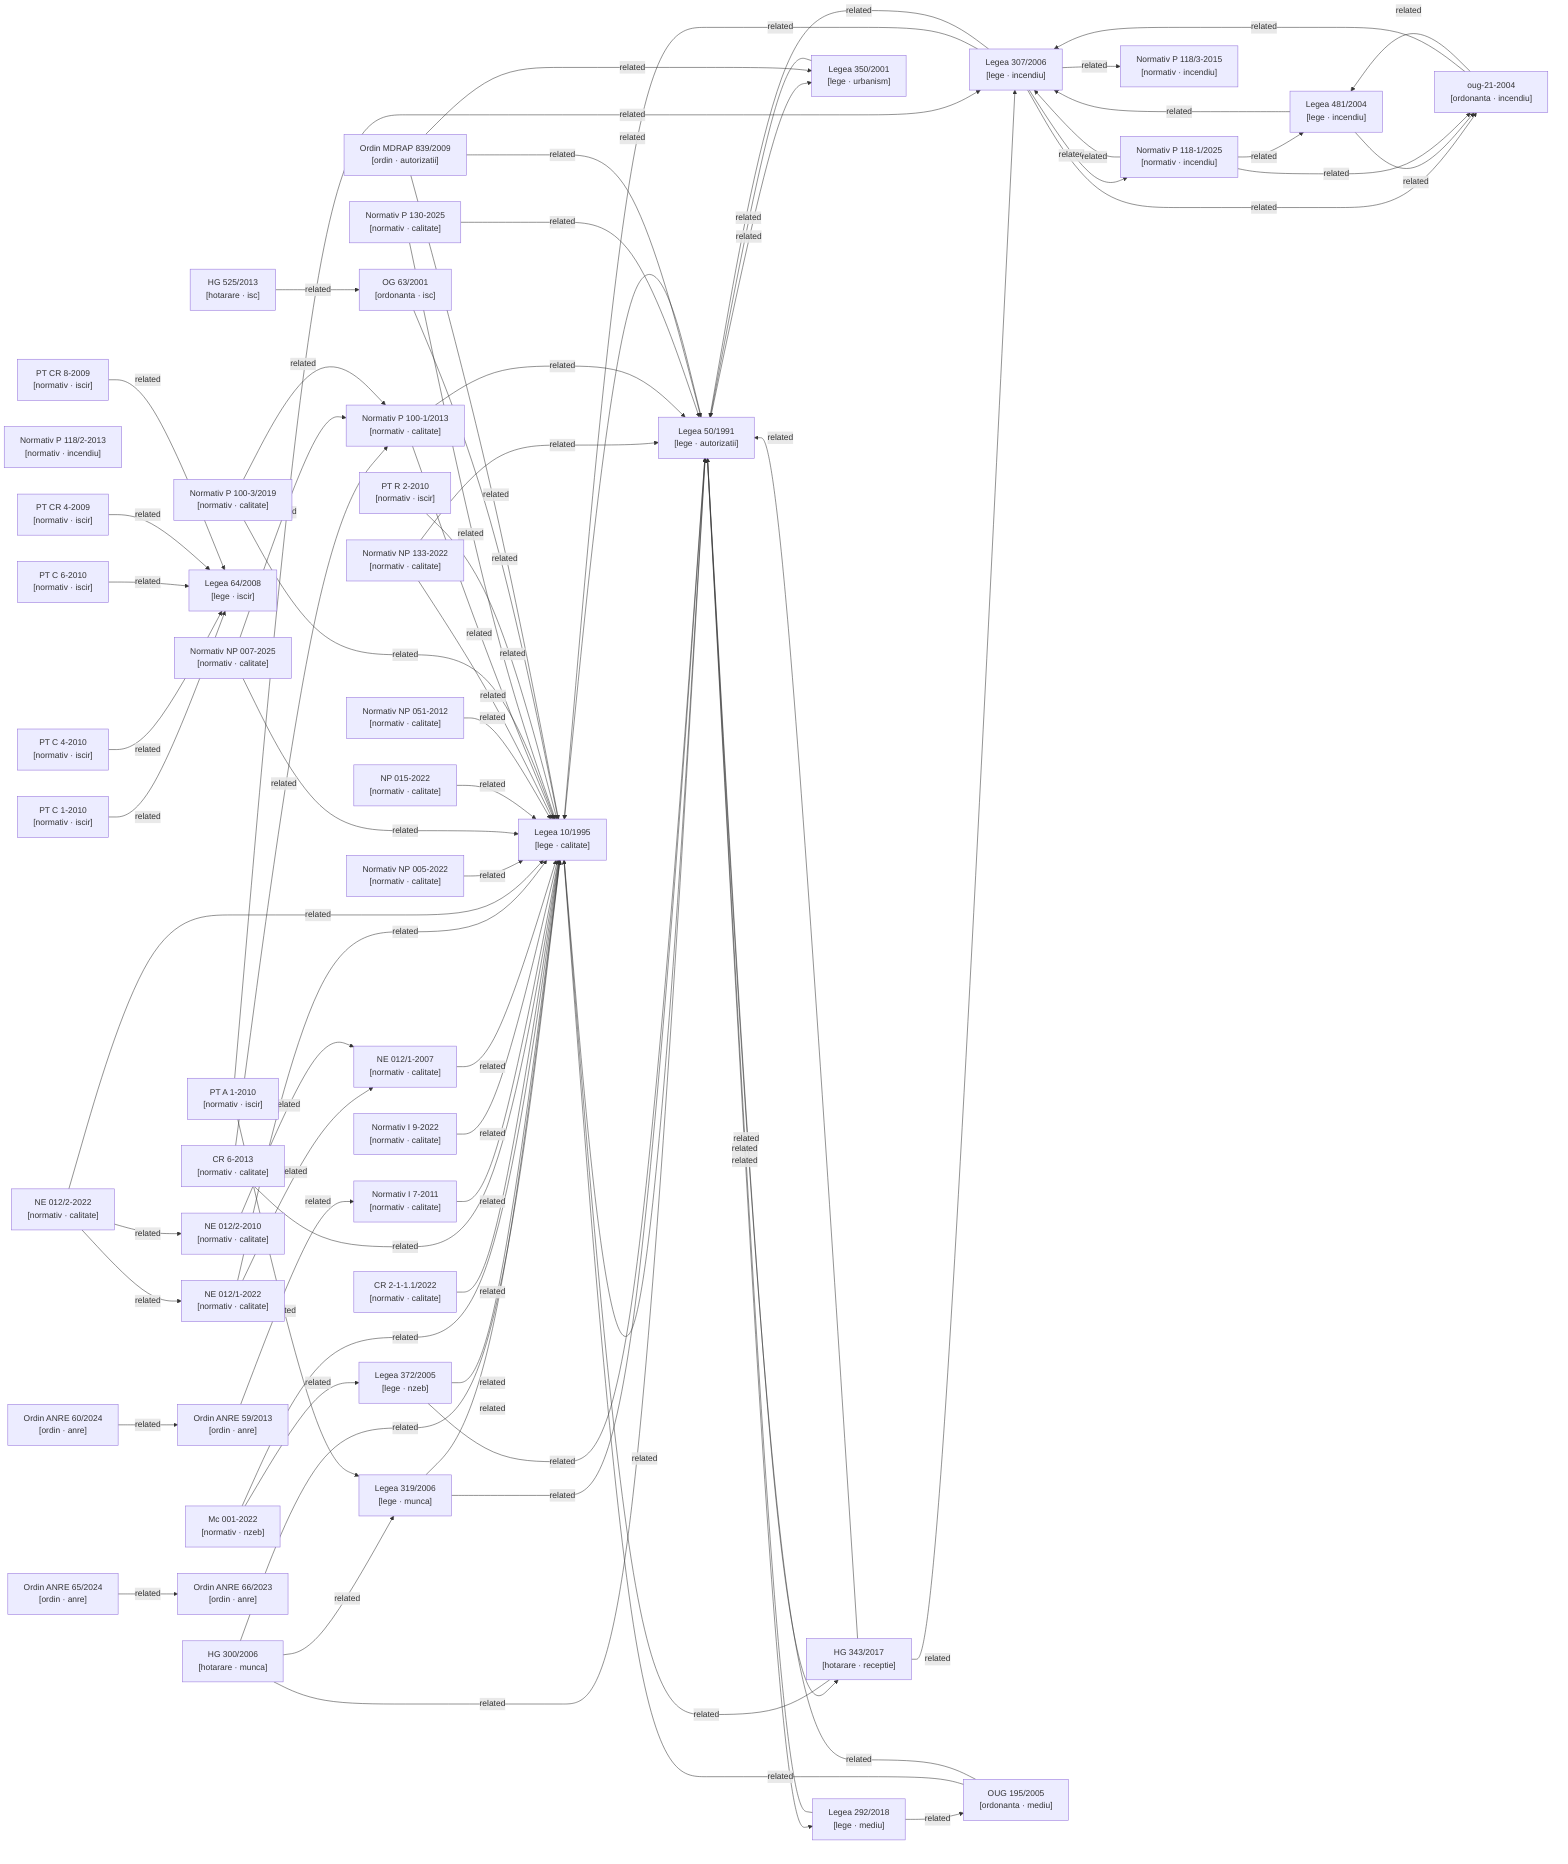
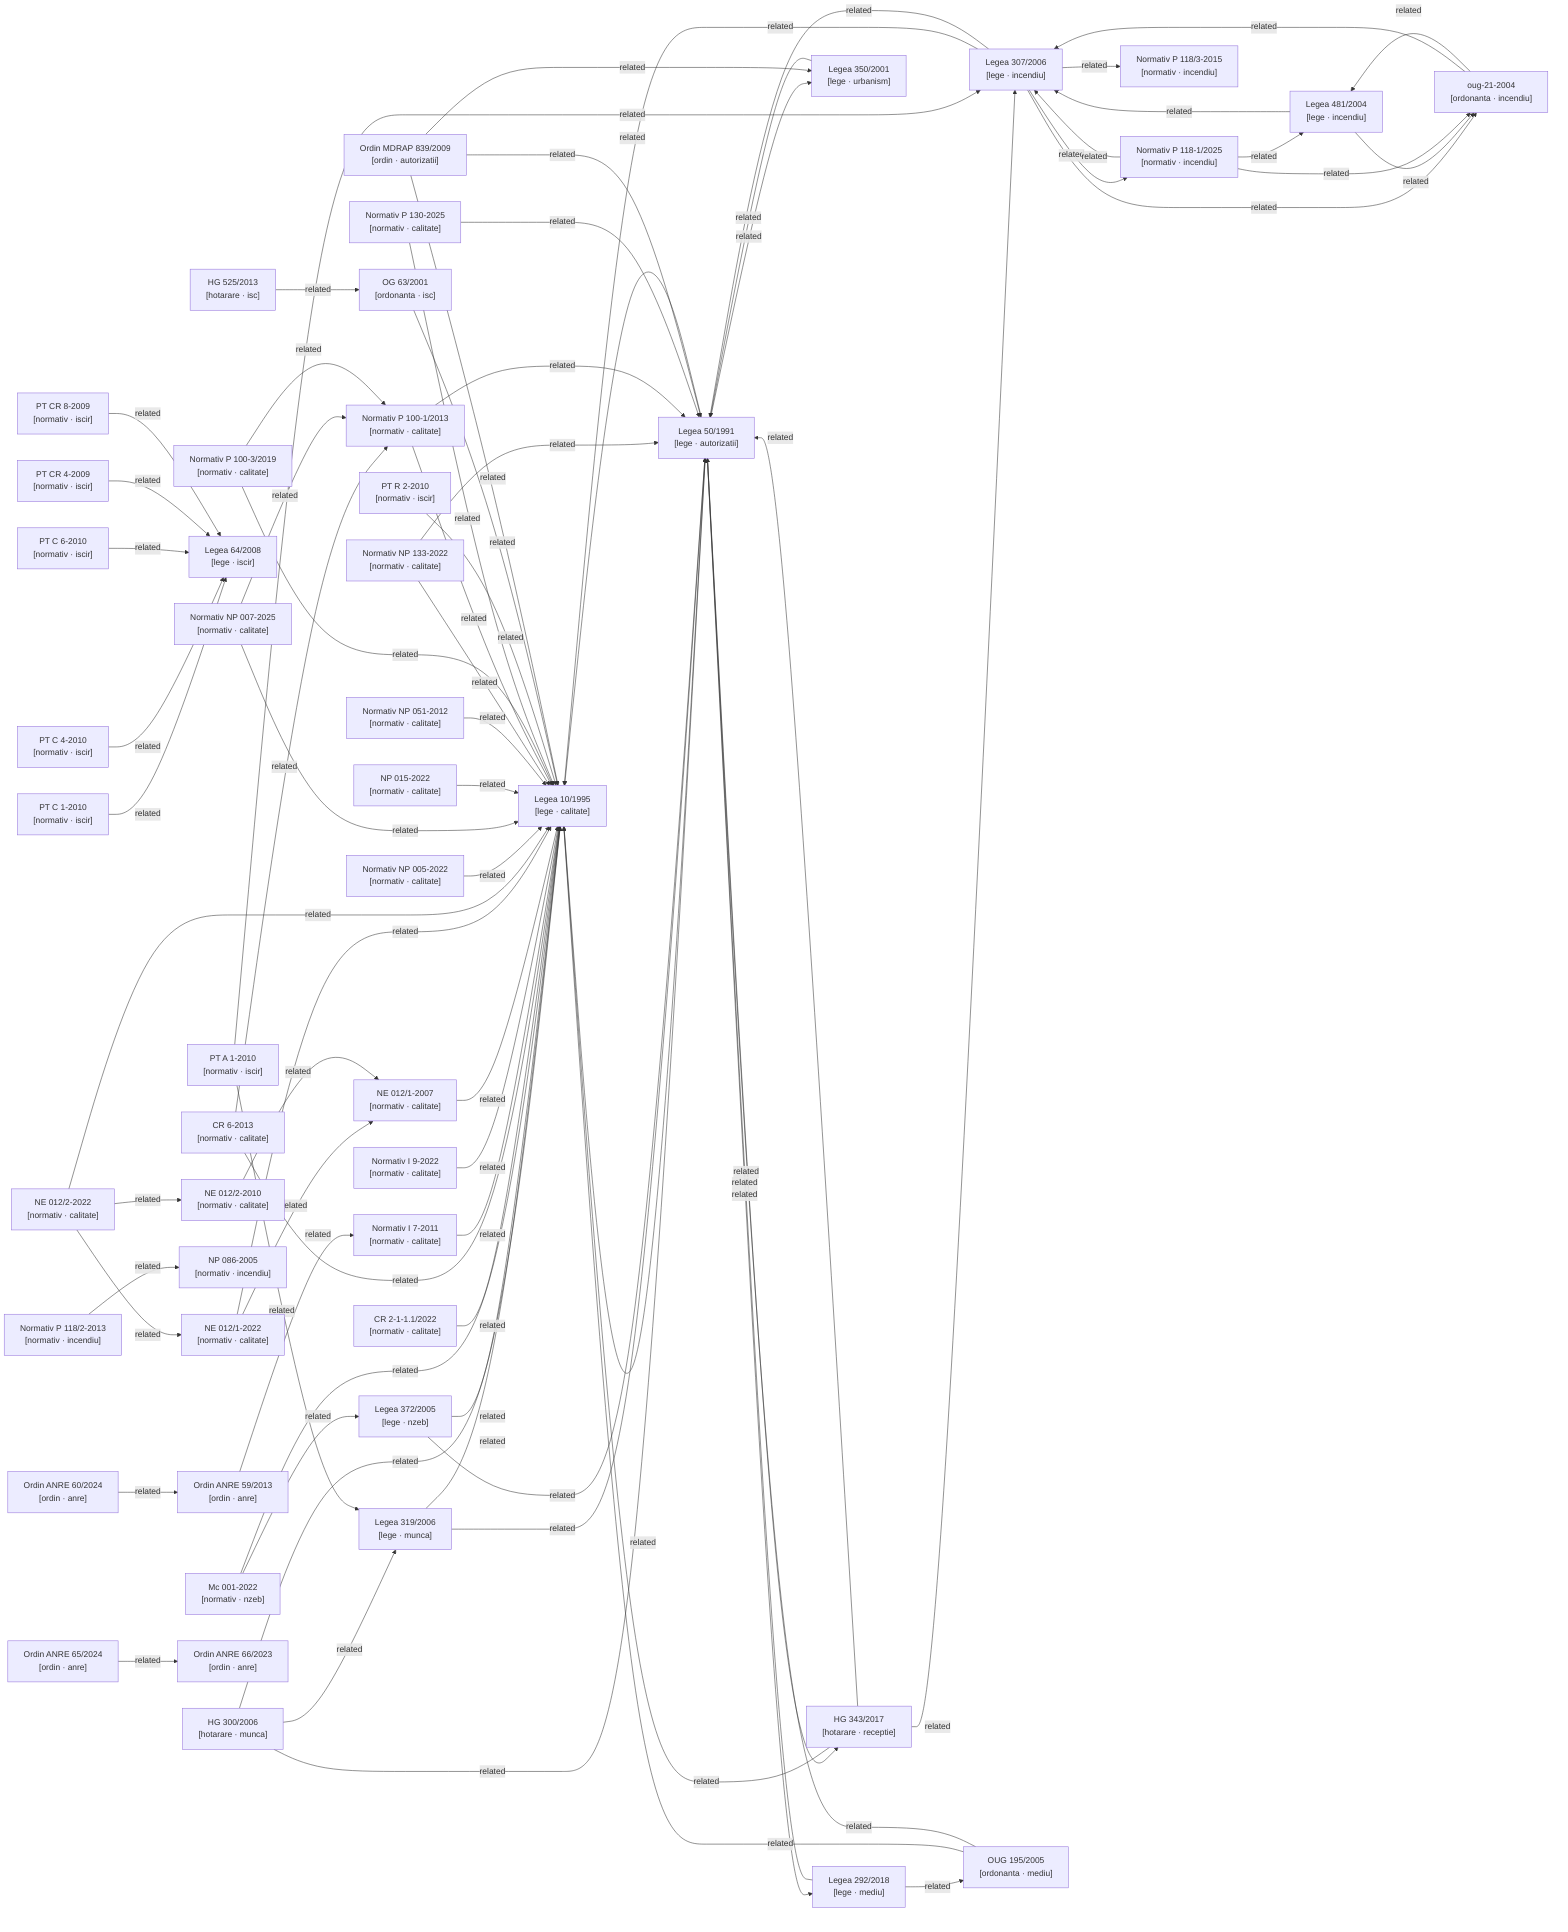
graph LR

  %% Nodes
  hg-300-2006["HG 300/2006\n[hotarare · munca]"]
  hg-343-2017["HG 343/2017\n[hotarare · receptie]"]
  hg-525-2013["HG 525/2013\n[hotarare · isc]"]
  lege-10-1995["Legea 10/1995\n[lege · calitate]"]
  lege-292-2018["Legea 292/2018\n[lege · mediu]"]
  lege-307-2006["Legea 307/2006\n[lege · incendiu]"]
  lege-319-2006["Legea 319/2006\n[lege · munca]"]
  lege-350-2001["Legea 350/2001\n[lege · urbanism]"]
  lege-372-2005["Legea 372/2005\n[lege · nzeb]"]
  lege-481-2004["Legea 481/2004\n[lege · incendiu]"]
  lege-50-1991["Legea 50/1991\n[lege · autorizatii]"]
  lege-64-2008["Legea 64/2008\n[lege · iscir]"]
  metodologie-mc001-2022["Mc 001-2022\n[normativ · nzeb]"]
  normativ-cr2-1-1-1-2022["CR 2-1-1.1/2022\n[normativ · calitate]"]
  normativ-cr6-2013["CR 6-2013\n[normativ · calitate]"]
  normativ-i7-2011["Normativ I 7-2011\n[normativ · calitate]"]
  normativ-i9-2022["Normativ I 9-2022\n[normativ · calitate]"]
  normativ-ne012-1-2007["NE 012/1-2007\n[normativ · calitate]"]
  normativ-ne012-1-2022["NE 012/1-2022\n[normativ · calitate]"]
  normativ-ne012-2-2010["NE 012/2-2010\n[normativ · calitate]"]
  normativ-ne012-2-2022["NE 012/2-2022\n[normativ · calitate]"]
  normativ-np005-2022["Normativ NP 005-2022\n[normativ · calitate]"]
  normativ-np007-2025["Normativ NP 007-2025\n[normativ · calitate]"]
  normativ-np015-2022["NP 015-2022\n[normativ · calitate]"]
  normativ-np051-2012["Normativ NP 051-2012\n[normativ · calitate]"]
+   normativ-np086-2005["NP 086-2005\n[normativ · incendiu]"]
  normativ-np133-2022["Normativ NP 133-2022\n[normativ · calitate]"]
  normativ-p100-1-2013["Normativ P 100-1/2013\n[normativ · calitate]"]
  normativ-p100-3-2019["Normativ P 100-3/2019\n[normativ · calitate]"]
  normativ-p118-1-2025["Normativ P 118-1/2025\n[normativ · incendiu]"]
  normativ-p118-2-2013["Normativ P 118/2-2013\n[normativ · incendiu]"]
  normativ-p118-3-2015["Normativ P 118/3-2015\n[normativ · incendiu]"]
  normativ-p130-2025["Normativ P 130-2025\n[normativ · calitate]"]
  normativ-pt-a1-2010["PT A 1-2010\n[normativ · iscir]"]
  normativ-pt-c1-2010["PT C 1-2010\n[normativ · iscir]"]
  normativ-pt-c4-2010["PT C 4-2010\n[normativ · iscir]"]
  normativ-pt-c6-2010["PT C 6-2010\n[normativ · iscir]"]
  normativ-pt-cr4-2009["PT CR 4-2009\n[normativ · iscir]"]
  normativ-pt-cr8-2009["PT CR 8-2009\n[normativ · iscir]"]
  normativ-pt-r2-2010["PT R 2-2010\n[normativ · iscir]"]
  og-63-2001["OG 63/2001\n[ordonanta · isc]"]
  ordin-839-2009["Ordin MDRAP 839/2009\n[ordin · autorizatii]"]
  ordin-anre-59-2013["Ordin ANRE 59/2013\n[ordin · anre]"]
  ordin-anre-60-2024["Ordin ANRE 60/2024\n[ordin · anre]"]
  ordin-anre-65-2024["Ordin ANRE 65/2024\n[ordin · anre]"]
  ordin-anre-66-2023["Ordin ANRE 66/2023\n[ordin · anre]"]
  oug-195-2005["OUG 195/2005\n[ordonanta · mediu]"]
  oug-21-2004["oug-21-2004\n[ordonanta · incendiu]"]

  %% Confirmed relationships (from metadata related_acts)
  hg-300-2006 -->|related| lege-10-1995
  hg-300-2006 -->|related| lege-319-2006
  hg-300-2006 -->|related| lege-50-1991
  hg-343-2017 -->|related| lege-10-1995
  hg-343-2017 -->|related| lege-307-2006
  hg-343-2017 -->|related| lege-50-1991
  hg-525-2013 -->|related| og-63-2001
  lege-10-1995 -->|related| lege-50-1991
  lege-292-2018 -->|related| lege-50-1991
  lege-292-2018 -->|related| oug-195-2005
  lege-307-2006 -->|related| lege-10-1995
  lege-307-2006 -->|related| lege-50-1991
  lege-307-2006 -->|related| normativ-p118-1-2025
  lege-307-2006 -->|related| normativ-p118-3-2015
  lege-307-2006 -->|related| oug-21-2004
  lege-319-2006 -->|related| lege-10-1995
  lege-319-2006 -->|related| lege-50-1991
  lege-350-2001 -->|related| lege-50-1991
  lege-372-2005 -->|related| lege-10-1995
  lege-372-2005 -->|related| lege-50-1991
  lege-481-2004 -->|related| lege-307-2006
  lege-481-2004 -->|related| oug-21-2004
  lege-50-1991 -->|related| hg-343-2017
  lege-50-1991 -->|related| lege-10-1995
  lege-50-1991 -->|related| lege-292-2018
  lege-50-1991 -->|related| lege-350-2001
  metodologie-mc001-2022 -->|related| lege-10-1995
  metodologie-mc001-2022 -->|related| lege-372-2005
  normativ-cr2-1-1-1-2022 -->|related| lege-10-1995
  normativ-cr6-2013 -->|related| lege-10-1995
  normativ-cr6-2013 -->|related| normativ-p100-1-2013
  normativ-i7-2011 -->|related| lege-10-1995
  normativ-i9-2022 -->|related| lege-10-1995
  normativ-ne012-1-2007 -->|related| lege-10-1995
  normativ-ne012-1-2022 -->|related| lege-10-1995
  normativ-ne012-1-2022 -->|related| normativ-ne012-1-2007
  normativ-ne012-2-2010 -->|related| normativ-ne012-1-2007
  normativ-ne012-2-2022 -->|related| lege-10-1995
  normativ-ne012-2-2022 -->|related| normativ-ne012-1-2022
  normativ-ne012-2-2022 -->|related| normativ-ne012-2-2010
  normativ-np005-2022 -->|related| lege-10-1995
  normativ-np007-2025 -->|related| lege-10-1995
  normativ-np007-2025 -->|related| normativ-p100-1-2013
  normativ-np015-2022 -->|related| lege-10-1995
  normativ-np051-2012 -->|related| lege-10-1995
  normativ-np133-2022 -->|related| lege-10-1995
  normativ-np133-2022 -->|related| lege-50-1991
  normativ-p100-1-2013 -->|related| lege-10-1995
  normativ-p100-1-2013 -->|related| lege-50-1991
  normativ-p100-3-2019 -->|related| lege-10-1995
  normativ-p100-3-2019 -->|related| normativ-p100-1-2013
  normativ-p118-1-2025 -->|related| lege-307-2006
  normativ-p118-1-2025 -->|related| lege-481-2004
  normativ-p118-1-2025 -->|related| oug-21-2004
+   normativ-p118-2-2013 -->|related| normativ-np086-2005
  normativ-p130-2025 -->|related| lege-10-1995
  normativ-p130-2025 -->|related| lege-50-1991
  normativ-pt-a1-2010 -->|related| lege-307-2006
  normativ-pt-a1-2010 -->|related| lege-319-2006
  normativ-pt-c1-2010 -->|related| lege-64-2008
  normativ-pt-c4-2010 -->|related| lege-64-2008
  normativ-pt-c6-2010 -->|related| lege-64-2008
  normativ-pt-cr4-2009 -->|related| lege-64-2008
  normativ-pt-cr8-2009 -->|related| lege-64-2008
  normativ-pt-r2-2010 -->|related| lege-10-1995
  og-63-2001 -->|related| lege-10-1995
  ordin-839-2009 -->|related| lege-10-1995
  ordin-839-2009 -->|related| lege-350-2001
  ordin-839-2009 -->|related| lege-50-1991
  ordin-anre-59-2013 -->|related| normativ-i7-2011
  ordin-anre-60-2024 -->|related| ordin-anre-59-2013
  ordin-anre-65-2024 -->|related| ordin-anre-66-2023
  oug-195-2005 -->|related| lege-10-1995
  oug-195-2005 -->|related| lege-50-1991
  oug-21-2004 -->|related| lege-307-2006
  oug-21-2004 -->|related| lege-481-2004

  %% Auto-detected relationships (needs_review)
